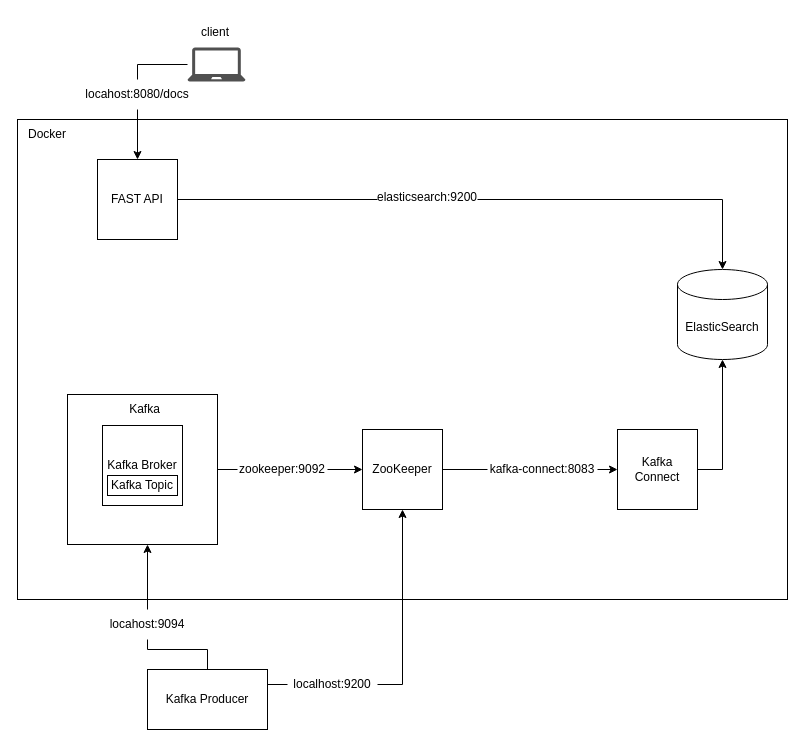
Above: architecture.drawio in skasim/demo_retrieval_app (draw.io), before the change. Source tidied: cells renumbered, new cells numbered last; positions are measured from the earlier drawing's top-left corner, leaving out a move shared by most shapes. Both pictures are drawn from the tidied source at 100%, with x=0, y=0 at pixel (17, 17).
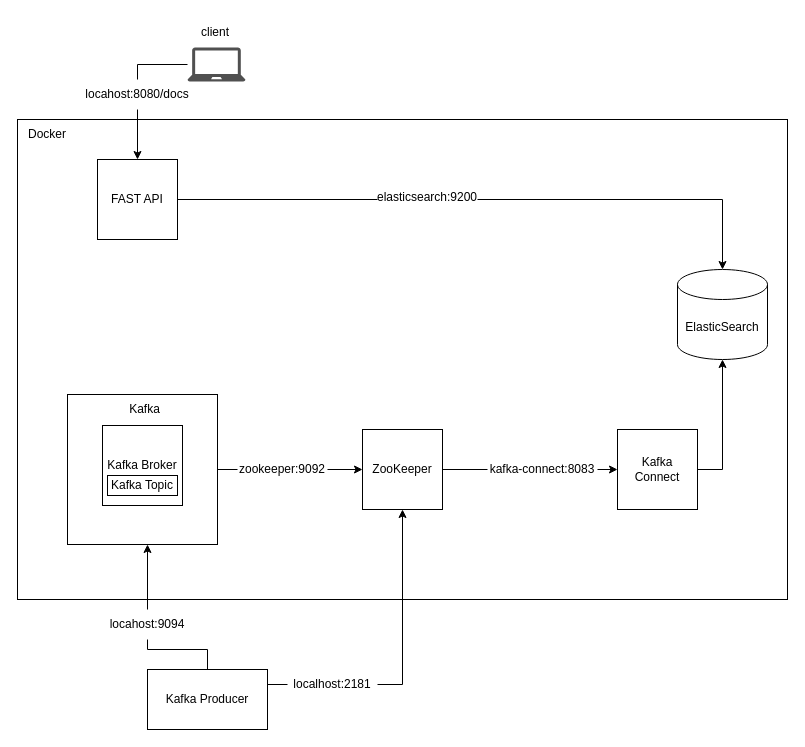
After the change.

The edit, as a diff of the source:
```diff
@@
-    <mxCell id="19" value="localhost:9200" style="text;html=1;strokeColor=none;fillColor=default;align=center;verticalAlign=middle;whiteSpace=wrap;rounded=0;" parent="1" vertex="1">
+    <mxCell id="19" value="localhost:2181" style="text;html=1;strokeColor=none;fillColor=default;align=center;verticalAlign=middle;whiteSpace=wrap;rounded=0;" parent="1" vertex="1">
       <mxGeometry x="270" y="652" width="90" height="30" as="geometry" />
     </mxCell>
```
